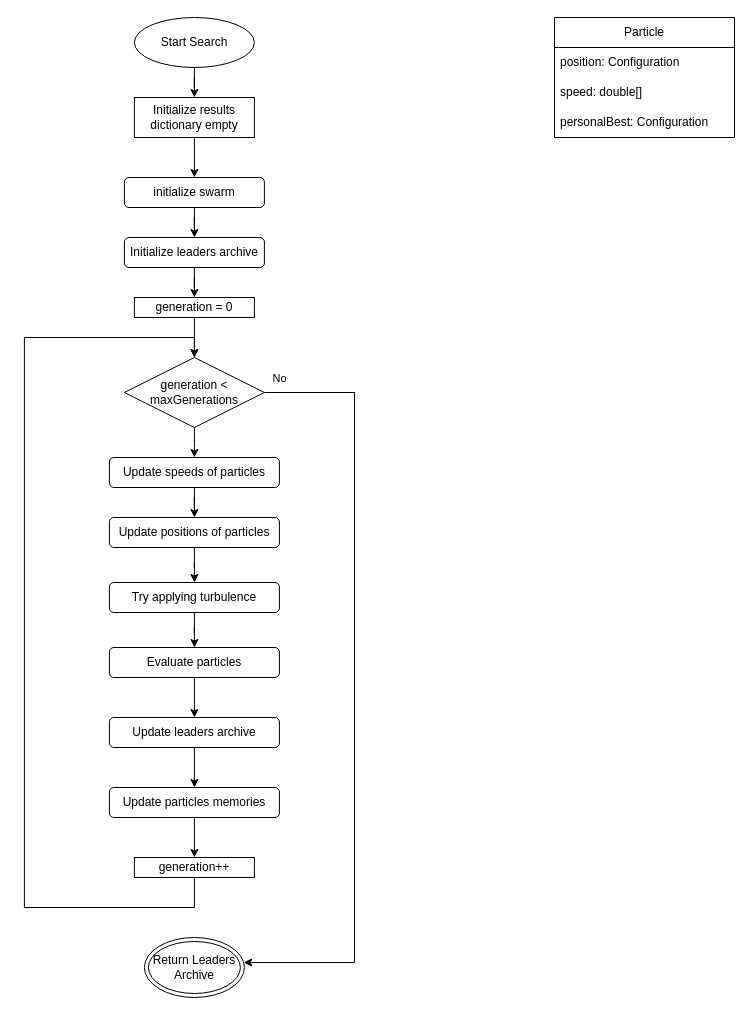
Before: page "Main" (1 of 7) of scheme/Orchestrator.drawio in R-a-d-u/PSATSimSimulation, a draw.io diagram. Source tidied: cells renumbered, new cells numbered last; positions are measured from the earlier drawing's top-left corner, leaving out a move shared by most shapes. Both pictures are drawn from the tidied source at 100%, with x=0, y=0 at pixel (24, 17).
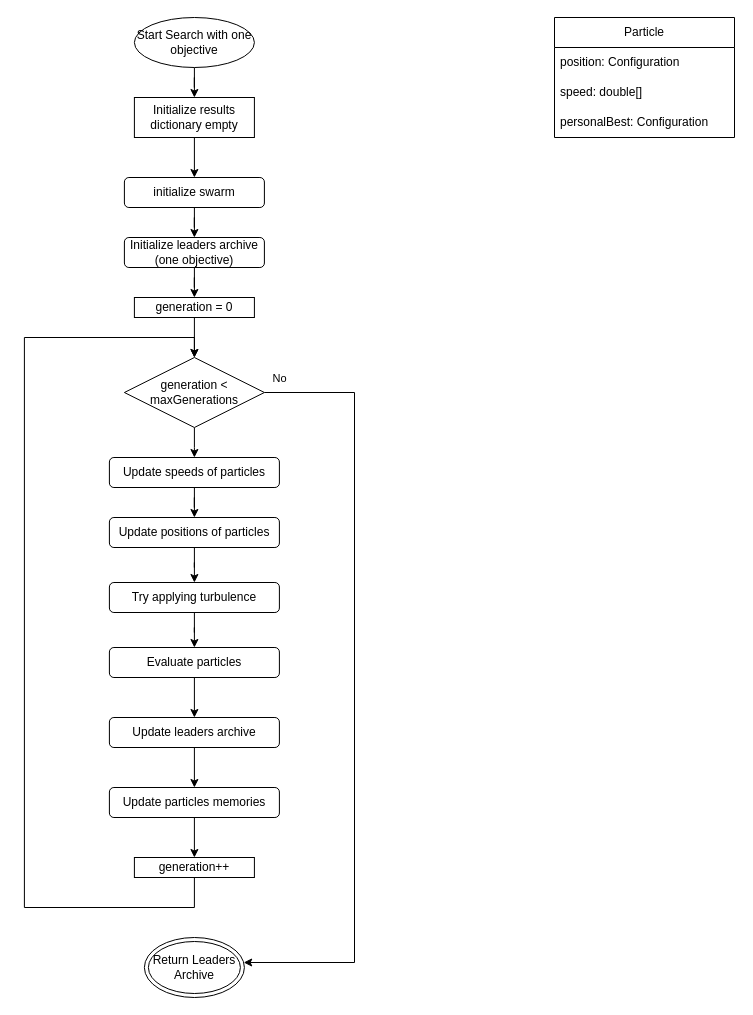
After the change.

Diff of the diagram source:
```diff
@@
-    <mxCell id="3" value="Start Search" style="ellipse;whiteSpace=wrap;html=1;" parent="1" vertex="1">
+    <mxCell id="3" value="Start Search with one objective" style="ellipse;whiteSpace=wrap;html=1;" parent="1" vertex="1">
       <mxGeometry x="109.9" width="120" height="50" as="geometry" />
     </mxCell>
@@
-    <mxCell id="7" value="Initialize leaders archive" style="rounded=1;whiteSpace=wrap;html=1;" parent="1" vertex="1">
+    <mxCell id="7" value="Initialize leaders archive (one objective)" style="rounded=1;whiteSpace=wrap;html=1;" parent="1" vertex="1">
       <mxGeometry x="99.9" y="220" width="140" height="30" as="geometry" />
     </mxCell>
```
